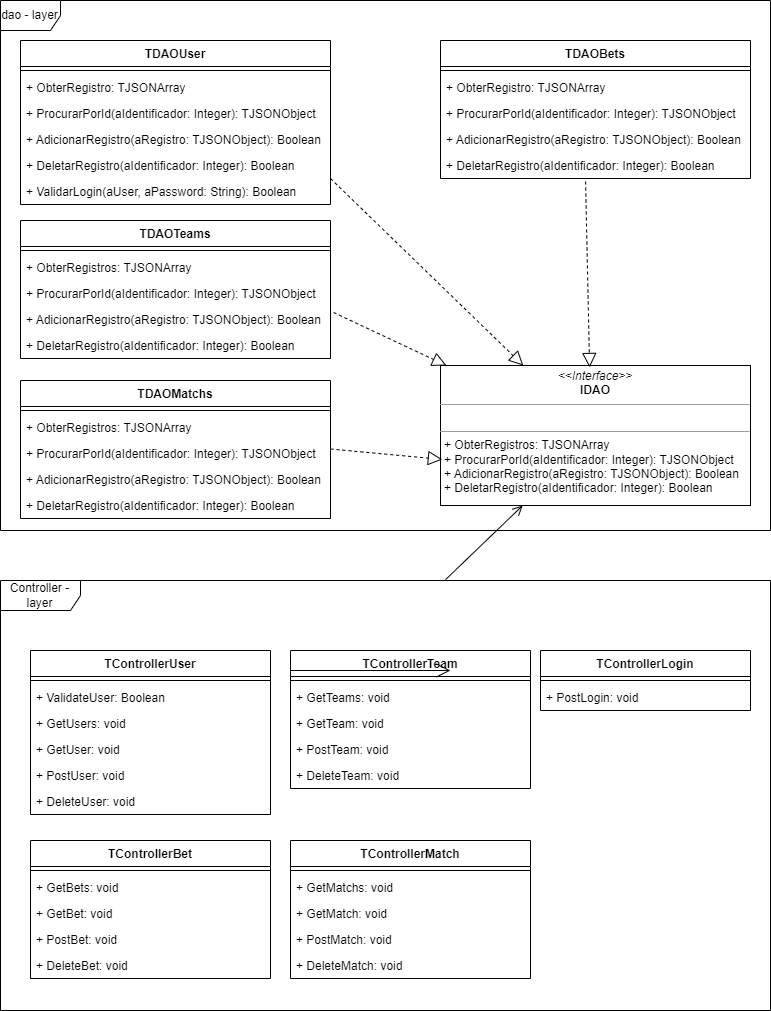
Before: 11 - Projeto/3 - Arquitetura do Projeto/Diagrama_Classes_BackEnd.png, a diagram exported from draw.io (NathanBnu/Delphi2Blu2022). Source tidied: cells renumbered, new cells last; positions are measured from the earlier drawing's top-left corner, leaving out a move shared by most shapes.
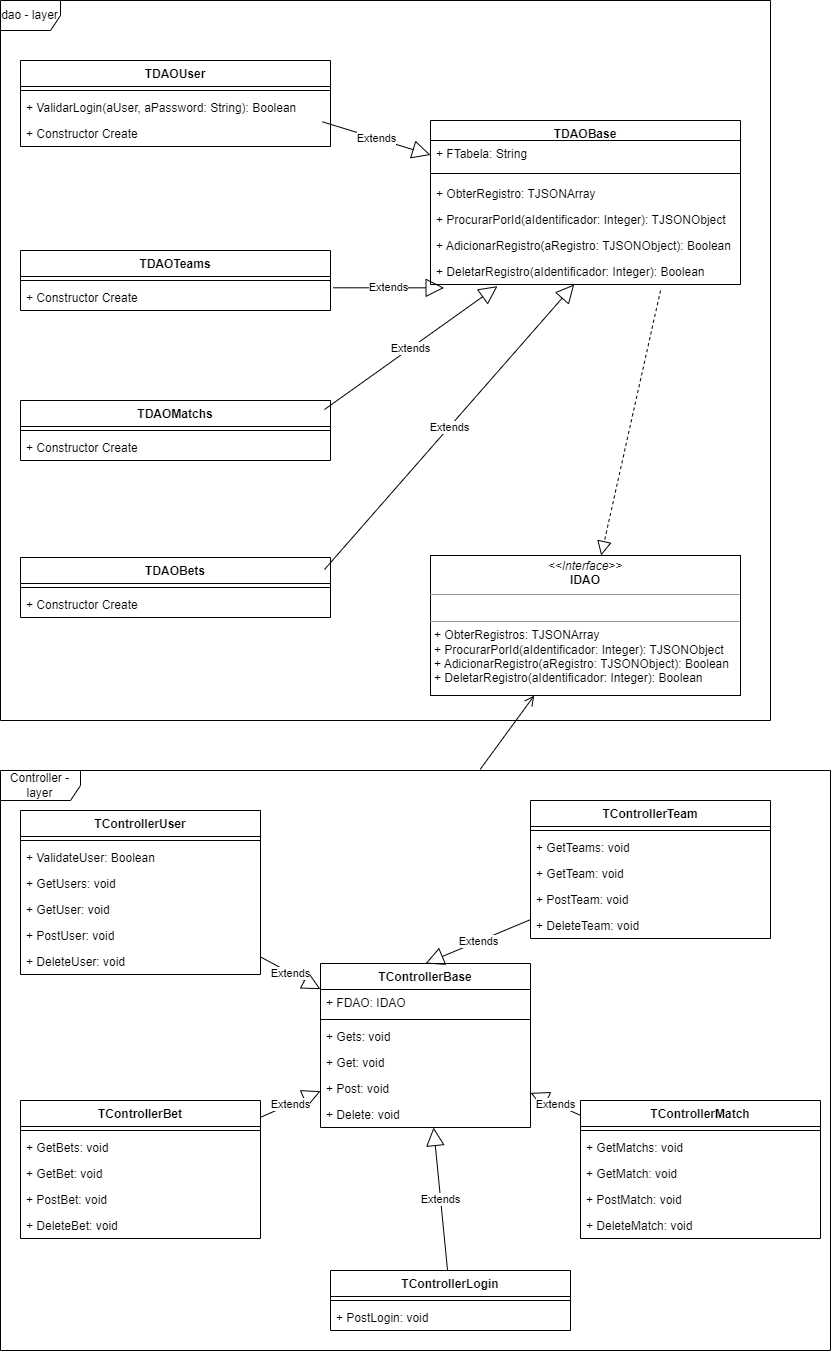
Later version of the same file.

Commit message:
Refatorando a arquitetura do projeto para usar menos código repetido.

The edit, as a diff of the source:
```diff
@@ -5,6 +5,6 @@
     <mxCell id="2" value="dao - layer" style="shape=umlFrame;whiteSpace=wrap;html=1;" parent="1" vertex="1">
-      <mxGeometry width="770" height="530" as="geometry" />
+      <mxGeometry y="-190" width="770" height="720" as="geometry" />
     </mxCell>
     <mxCell id="3" value="TDAOUser" style="swimlane;fontStyle=1;align=center;verticalAlign=top;horizontal=1;startSize=26;" parent="1" vertex="1">
-      <mxGeometry x="20" y="40" width="310" height="164" as="geometry" />
+      <mxGeometry x="20" y="-130" width="310" height="86" as="geometry" />
     </mxCell>
@@ -13,19 +13,10 @@
     </mxCell>
-    <mxCell id="5" value="+ ObterRegistro: TJSONArray" style="text;strokeColor=none;fillColor=none;align=left;verticalAlign=top;spacingLeft=4;spacingRight=4;overflow=hidden;" parent="3" vertex="1">
-      <mxGeometry y="34" width="310" height="26" as="geometry" />
-    </mxCell>
-    <mxCell id="6" value="+ ProcurarPorId(aIdentificador: Integer): TJSONObject" style="text;strokeColor=none;fillColor=none;align=left;verticalAlign=top;spacingLeft=4;spacingRight=4;overflow=hidden;" parent="3" vertex="1">
-      <mxGeometry y="60" width="310" height="26" as="geometry" />
-    </mxCell>
-    <mxCell id="7" value="+ AdicionarRegistro(aRegistro: TJSONObject): Boolean&#10;" style="text;strokeColor=none;fillColor=none;align=left;verticalAlign=top;spacingLeft=4;spacingRight=4;overflow=hidden;" parent="3" vertex="1">
-      <mxGeometry y="86" width="310" height="26" as="geometry" />
-    </mxCell>
-    <mxCell id="8" value="+ DeletarRegistro(aIdentificador: Integer): Boolean" style="text;strokeColor=none;fillColor=none;align=left;verticalAlign=top;spacingLeft=4;spacingRight=4;overflow=hidden;" parent="3" vertex="1">
-      <mxGeometry y="112" width="310" height="26" as="geometry" />
-    </mxCell>
     <mxCell id="9" value="+ ValidarLogin(aUser, aPassword: String): Boolean" style="text;strokeColor=none;fillColor=none;align=left;verticalAlign=top;spacingLeft=4;spacingRight=4;overflow=hidden;points=[[0,0.5],[1,0.5]];portConstraint=eastwest;" parent="3" vertex="1">
-      <mxGeometry y="138" width="310" height="26" as="geometry" />
+      <mxGeometry y="34" width="310" height="26" as="geometry" />
     </mxCell>
+    <mxCell id="64" value="+ Constructor Create" style="text;strokeColor=none;fillColor=none;align=left;verticalAlign=top;spacingLeft=4;spacingRight=4;overflow=hidden;" parent="3" vertex="1">
+      <mxGeometry y="60" width="310" height="26" as="geometry" />
+    </mxCell>
     <mxCell id="10" value="TDAOTeams&#10;" style="swimlane;fontStyle=1;align=center;verticalAlign=top;horizontal=1;startSize=26;" parent="1" vertex="1">
-      <mxGeometry x="20" y="220" width="310" height="138" as="geometry" />
+      <mxGeometry x="20" y="60" width="310" height="60" as="geometry" />
     </mxCell>
@@ -34,16 +25,7 @@
     </mxCell>
-    <mxCell id="12" value="+ ObterRegistros: TJSONArray" style="text;strokeColor=none;fillColor=none;align=left;verticalAlign=top;spacingLeft=4;spacingRight=4;overflow=hidden;" parent="10" vertex="1">
-      <mxGeometry y="34" width="310" height="26" as="geometry" />
-    </mxCell>
-    <mxCell id="13" value="+ ProcurarPorId(aIdentificador: Integer): TJSONObject" style="text;strokeColor=none;fillColor=none;align=left;verticalAlign=top;spacingLeft=4;spacingRight=4;overflow=hidden;" parent="10" vertex="1">
-      <mxGeometry y="60" width="310" height="26" as="geometry" />
-    </mxCell>
-    <mxCell id="14" value="+ AdicionarRegistro(aRegistro: TJSONObject): Boolean&#10;" style="text;strokeColor=none;fillColor=none;align=left;verticalAlign=top;spacingLeft=4;spacingRight=4;overflow=hidden;points=[[0,0.5],[1,0.5]];portConstraint=eastwest;" parent="10" vertex="1">
-      <mxGeometry y="86" width="310" height="26" as="geometry" />
-    </mxCell>
-    <mxCell id="15" value="+ DeletarRegistro(aIdentificador: Integer): Boolean" style="text;strokeColor=none;fillColor=none;align=left;verticalAlign=top;spacingLeft=4;spacingRight=4;overflow=hidden;" parent="10" vertex="1">
-      <mxGeometry y="112" width="310" height="26" as="geometry" />
-    </mxCell>
+    <mxCell id="65" value="+ Constructor Create" style="text;strokeColor=none;fillColor=none;align=left;verticalAlign=top;spacingLeft=4;spacingRight=4;overflow=hidden;points=[[0,0.5],[1,0.5]];portConstraint=eastwest;" parent="10" vertex="1">
+      <mxGeometry y="34" width="310" height="26" as="geometry" />
+    </mxCell>
     <mxCell id="16" value="TDAOMatchs&#10;" style="swimlane;fontStyle=1;align=center;verticalAlign=top;horizontal=1;startSize=26;" parent="1" vertex="1">
-      <mxGeometry x="20" y="380" width="310" height="138" as="geometry" />
+      <mxGeometry x="20" y="210" width="310" height="60" as="geometry" />
     </mxCell>
@@ -52,16 +34,7 @@
     </mxCell>
-    <mxCell id="18" value="+ ObterRegistros: TJSONArray" style="text;strokeColor=none;fillColor=none;align=left;verticalAlign=top;spacingLeft=4;spacingRight=4;overflow=hidden;" parent="16" vertex="1">
-      <mxGeometry y="34" width="310" height="26" as="geometry" />
-    </mxCell>
-    <mxCell id="19" value="+ ProcurarPorId(aIdentificador: Integer): TJSONObject" style="text;strokeColor=none;fillColor=none;align=left;verticalAlign=top;spacingLeft=4;spacingRight=4;overflow=hidden;" parent="16" vertex="1">
-      <mxGeometry y="60" width="310" height="26" as="geometry" />
-    </mxCell>
-    <mxCell id="20" value="+ AdicionarRegistro(aRegistro: TJSONObject): Boolean&#10;" style="text;strokeColor=none;fillColor=none;align=left;verticalAlign=top;spacingLeft=4;spacingRight=4;overflow=hidden;" parent="16" vertex="1">
-      <mxGeometry y="86" width="310" height="26" as="geometry" />
-    </mxCell>
-    <mxCell id="21" value="+ DeletarRegistro(aIdentificador: Integer): Boolean" style="text;strokeColor=none;fillColor=none;align=left;verticalAlign=top;spacingLeft=4;spacingRight=4;overflow=hidden;" parent="16" vertex="1">
-      <mxGeometry y="112" width="310" height="26" as="geometry" />
-    </mxCell>
+    <mxCell id="66" value="+ Constructor Create" style="text;strokeColor=none;fillColor=none;align=left;verticalAlign=top;spacingLeft=4;spacingRight=4;overflow=hidden;" parent="16" vertex="1">
+      <mxGeometry y="34" width="310" height="26" as="geometry" />
+    </mxCell>
     <mxCell id="22" value="TDAOBets" style="swimlane;fontStyle=1;align=center;verticalAlign=top;horizontal=1;startSize=26;" parent="1" vertex="1">
-      <mxGeometry x="440" y="40" width="310" height="138" as="geometry" />
+      <mxGeometry x="20" y="367" width="310" height="60" as="geometry" />
     </mxCell>
@@ -70,38 +43,13 @@
     </mxCell>
-    <mxCell id="24" value="+ ObterRegistro: TJSONArray" style="text;strokeColor=none;fillColor=none;align=left;verticalAlign=top;spacingLeft=4;spacingRight=4;overflow=hidden;" parent="22" vertex="1">
-      <mxGeometry y="34" width="310" height="26" as="geometry" />
-    </mxCell>
-    <mxCell id="25" value="+ ProcurarPorId(aIdentificador: Integer): TJSONObject" style="text;strokeColor=none;fillColor=none;align=left;verticalAlign=top;spacingLeft=4;spacingRight=4;overflow=hidden;" parent="22" vertex="1">
-      <mxGeometry y="60" width="310" height="26" as="geometry" />
-    </mxCell>
-    <mxCell id="26" value="+ AdicionarRegistro(aRegistro: TJSONObject): Boolean&#10;" style="text;strokeColor=none;fillColor=none;align=left;verticalAlign=top;spacingLeft=4;spacingRight=4;overflow=hidden;" parent="22" vertex="1">
-      <mxGeometry y="86" width="310" height="26" as="geometry" />
-    </mxCell>
-    <mxCell id="27" value="+ DeletarRegistro(aIdentificador: Integer): Boolean" style="text;strokeColor=none;fillColor=none;align=left;verticalAlign=top;spacingLeft=4;spacingRight=4;overflow=hidden;points=[[0,0.5],[1,0.5]];portConstraint=eastwest;" parent="22" vertex="1">
-      <mxGeometry y="112" width="310" height="26" as="geometry" />
-    </mxCell>
+    <mxCell id="67" value="+ Constructor Create" style="text;strokeColor=none;fillColor=none;align=left;verticalAlign=top;spacingLeft=4;spacingRight=4;overflow=hidden;" parent="22" vertex="1">
+      <mxGeometry y="34" width="310" height="26" as="geometry" />
+    </mxCell>
     <mxCell id="28" value="&lt;p style=&quot;margin:0px;margin-top:4px;text-align:center;&quot;&gt;&lt;i&gt;&amp;lt;&amp;lt;Interface&amp;gt;&amp;gt;&lt;/i&gt;&lt;br&gt;&lt;b&gt;IDAO&lt;/b&gt;&lt;/p&gt;&lt;hr size=&quot;1&quot;&gt;&lt;p style=&quot;margin:0px;margin-left:4px;&quot;&gt;&lt;br&gt;&lt;/p&gt;&lt;hr size=&quot;1&quot;&gt;&lt;p style=&quot;margin:0px;margin-left:4px;&quot;&gt;+ ObterRegistros: TJSONArray&lt;/p&gt;&lt;p style=&quot;margin:0px;margin-left:4px;&quot;&gt;+ ProcurarPorId(aIdentificador: Integer): TJSONObject&lt;/p&gt;&lt;p style=&quot;margin:0px;margin-left:4px;&quot;&gt;+ AdicionarRegistro(aRegistro: TJSONObject): Boolean&lt;/p&gt;&lt;p style=&quot;margin:0px;margin-left:4px;&quot;&gt;+ DeletarRegistro(aIdentificador: Integer): Boolean&lt;/p&gt;" style="verticalAlign=top;align=left;overflow=fill;fontSize=12;fontFamily=Helvetica;html=1;" parent="1" vertex="1">
-      <mxGeometry x="440" y="365" width="310" height="140" as="geometry" />
+      <mxGeometry x="430" y="365" width="310" height="140" as="geometry" />
     </mxCell>
-    <mxCell id="29" style="endArrow=block;dashed=1;endFill=0;endSize=12;html=1;rounded=0;" parent="1" edge="1" target="28">
-      <mxGeometry relative="1" as="geometry">
-        <mxPoint x="330" y="178" as="sourcePoint" />
-      </mxGeometry>
-    </mxCell>
-    <mxCell id="30" style="endArrow=block;dashed=1;endFill=0;endSize=12;html=1;rounded=0;exitX=1.01;exitY=0.231;exitDx=0;exitDy=0;exitPerimeter=0;" parent="1" edge="1" source="14" target="28">
-      <mxGeometry relative="1" as="geometry" />
-    </mxCell>
-    <mxCell id="31" style="endArrow=block;dashed=1;endFill=0;endSize=12;html=1;rounded=0;exitX=0.468;exitY=1.115;exitDx=0;exitDy=0;exitPerimeter=0;entryX=0.481;entryY=0.014;entryDx=0;entryDy=0;entryPerimeter=0;" parent="1" edge="1" source="27" target="28">
-      <mxGeometry relative="1" as="geometry" />
-    </mxCell>
-    <mxCell id="32" style="endArrow=block;dashed=1;endFill=0;endSize=12;html=1;rounded=0;entryX=0.006;entryY=0.671;entryDx=0;entryDy=0;entryPerimeter=0;" parent="1" edge="1" target="28">
-      <mxGeometry relative="1" as="geometry">
-        <mxPoint x="330" y="448.5" as="sourcePoint" />
-      </mxGeometry>
-    </mxCell>
     <mxCell id="33" value="Controller - layer" style="shape=umlFrame;whiteSpace=wrap;html=1;width=80;height=30;" parent="1" vertex="1">
-      <mxGeometry y="580" width="770" height="430" as="geometry" />
+      <mxGeometry y="580" width="830" height="580" as="geometry" />
     </mxCell>
     <mxCell id="34" value="TControllerUser&#10;" style="swimlane;fontStyle=1;align=center;verticalAlign=top;horizontal=1;startSize=26;" parent="1" vertex="1">
-      <mxGeometry x="30" y="650" width="240" height="164" as="geometry" />
+      <mxGeometry x="20" y="620" width="240" height="164" as="geometry" />
     </mxCell>
@@ -126,3 +74,3 @@
     <mxCell id="41" value="TControllerTeam" style="swimlane;fontStyle=1;align=center;verticalAlign=top;horizontal=1;startSize=26;" parent="1" vertex="1">
-      <mxGeometry x="290" y="650" width="240" height="138" as="geometry" />
+      <mxGeometry x="530" y="610" width="240" height="138" as="geometry" />
     </mxCell>
@@ -144,3 +92,3 @@
     <mxCell id="47" value="TControllerBet&#10;" style="swimlane;fontStyle=1;align=center;verticalAlign=top;horizontal=1;startSize=26;" parent="1" vertex="1">
-      <mxGeometry x="30" y="840" width="240" height="138" as="geometry" />
+      <mxGeometry x="20" y="910" width="240" height="138" as="geometry" />
     </mxCell>
@@ -162,3 +110,3 @@
     <mxCell id="53" value="TControllerMatch&#10;" style="swimlane;fontStyle=1;align=center;verticalAlign=top;horizontal=1;startSize=26;" parent="1" vertex="1">
-      <mxGeometry x="290" y="840" width="240" height="138" as="geometry" />
+      <mxGeometry x="580" y="910" width="240" height="138" as="geometry" />
     </mxCell>
@@ -179,17 +127,23 @@
     </mxCell>
-    <mxCell id="59" value="TControllerLogin" style="swimlane;fontStyle=1;align=center;verticalAlign=top;horizontal=1;startSize=26;" parent="1" vertex="1">
-      <mxGeometry x="540" y="650" width="210" height="60" as="geometry" />
+    <mxCell id="59" value="TControllerBase" style="swimlane;fontStyle=1;align=center;verticalAlign=top;horizontal=1;startSize=26;" parent="1" vertex="1">
+      <mxGeometry x="320" y="773" width="210" height="164" as="geometry" />
     </mxCell>
+    <mxCell id="61" value="+ FDAO: IDAO" style="text;strokeColor=none;fillColor=none;align=left;verticalAlign=top;spacingLeft=4;spacingRight=4;overflow=hidden;" parent="59" vertex="1">
+      <mxGeometry y="26" width="210" height="26" as="geometry" />
+    </mxCell>
     <mxCell id="60" style="line;strokeWidth=1;fillColor=none;align=left;verticalAlign=middle;spacingTop=-1;spacingLeft=3;spacingRight=3;labelPosition=right;strokeColor=inherit;" parent="59" vertex="1">
-      <mxGeometry y="26" width="210" height="8" as="geometry" />
+      <mxGeometry y="52" width="210" height="8" as="geometry" />
     </mxCell>
-    <mxCell id="61" value="+ PostLogin: void" style="text;strokeColor=none;fillColor=none;align=left;verticalAlign=top;spacingLeft=4;spacingRight=4;overflow=hidden;" parent="59" vertex="1">
-      <mxGeometry y="34" width="210" height="26" as="geometry" />
-    </mxCell>
-    <mxCell id="62" style="endArrow=open;endFill=1;endSize=12;html=1;rounded=0;" parent="1" edge="1">
-      <mxGeometry relative="1" as="geometry">
-        <mxPoint x="290" y="670" as="sourcePoint" />
-        <mxPoint x="450" y="670" as="targetPoint" />
-      </mxGeometry>
-    </mxCell>
+    <mxCell id="68" value="+ Gets: void&#10;" style="text;strokeColor=none;fillColor=none;align=left;verticalAlign=top;spacingLeft=4;spacingRight=4;overflow=hidden;" parent="59" vertex="1">
+      <mxGeometry y="60" width="210" height="26" as="geometry" />
+    </mxCell>
+    <mxCell id="69" value="+ Get: void&#10;" style="text;strokeColor=none;fillColor=none;align=left;verticalAlign=top;spacingLeft=4;spacingRight=4;overflow=hidden;" parent="59" vertex="1">
+      <mxGeometry y="86" width="210" height="26" as="geometry" />
+    </mxCell>
+    <mxCell id="70" value="+ Post: void&#10;" style="text;strokeColor=none;fillColor=none;align=left;verticalAlign=top;spacingLeft=4;spacingRight=4;overflow=hidden;" parent="59" vertex="1">
+      <mxGeometry y="112" width="210" height="26" as="geometry" />
+    </mxCell>
+    <mxCell id="71" value="+ Delete: void&#10;" style="text;strokeColor=none;fillColor=none;align=left;verticalAlign=top;spacingLeft=4;spacingRight=4;overflow=hidden;" parent="59" vertex="1">
+      <mxGeometry y="138" width="210" height="26" as="geometry" />
+    </mxCell>
     <mxCell id="63" style="endArrow=open;startArrow=none;endFill=0;startFill=0;endSize=8;html=1;verticalAlign=bottom;labelBackgroundColor=none;strokeWidth=1;rounded=0;exitX=0.578;exitY=-0.002;exitDx=0;exitDy=0;exitPerimeter=0;" parent="1" edge="1" source="33" target="28">
@@ -197,2 +151,66 @@
     </mxCell>
+    <mxCell id="72" value="TDAOBase" style="swimlane;fontStyle=1;align=center;verticalAlign=top;horizontal=1;startSize=20;" parent="1" vertex="1">
+      <mxGeometry x="430" y="-70" width="310" height="164" as="geometry" />
+    </mxCell>
+    <mxCell id="73" value="+ FTabela: String" style="text;strokeColor=none;fillColor=none;align=left;verticalAlign=top;spacingLeft=4;spacingRight=4;overflow=hidden;" parent="72" vertex="1">
+      <mxGeometry y="20" width="310" height="26" as="geometry" />
+    </mxCell>
+    <mxCell id="74" style="line;strokeWidth=1;fillColor=none;align=left;verticalAlign=middle;spacingTop=-1;spacingLeft=3;spacingRight=3;labelPosition=right;strokeColor=inherit;" parent="72" vertex="1">
+      <mxGeometry y="46" width="310" height="14" as="geometry" />
+    </mxCell>
+    <mxCell id="75" value="+ ObterRegistro: TJSONArray" style="text;strokeColor=none;fillColor=none;align=left;verticalAlign=top;spacingLeft=4;spacingRight=4;overflow=hidden;" parent="72" vertex="1">
+      <mxGeometry y="60" width="310" height="26" as="geometry" />
+    </mxCell>
+    <mxCell id="76" value="+ ProcurarPorId(aIdentificador: Integer): TJSONObject" style="text;strokeColor=none;fillColor=none;align=left;verticalAlign=top;spacingLeft=4;spacingRight=4;overflow=hidden;" parent="72" vertex="1">
+      <mxGeometry y="86" width="310" height="26" as="geometry" />
+    </mxCell>
+    <mxCell id="77" value="+ AdicionarRegistro(aRegistro: TJSONObject): Boolean&#10;" style="text;strokeColor=none;fillColor=none;align=left;verticalAlign=top;spacingLeft=4;spacingRight=4;overflow=hidden;" parent="72" vertex="1">
+      <mxGeometry y="112" width="310" height="26" as="geometry" />
+    </mxCell>
+    <mxCell id="78" value="+ DeletarRegistro(aIdentificador: Integer): Boolean" style="text;strokeColor=none;fillColor=none;align=left;verticalAlign=top;spacingLeft=4;spacingRight=4;overflow=hidden;points=[[0,0.5],[1,0.5]];portConstraint=eastwest;" parent="72" vertex="1">
+      <mxGeometry y="138" width="310" height="26" as="geometry" />
+    </mxCell>
+    <mxCell id="79" value="Extends" style="endArrow=block;endSize=16;endFill=0;html=1;rounded=0;exitX=0.974;exitY=1.051;exitDx=0;exitDy=0;exitPerimeter=0;" parent="1" edge="1" source="9" target="72">
+      <mxGeometry relative="1" as="geometry" />
+    </mxCell>
+    <mxCell id="80" value="Extends" style="endArrow=block;endSize=16;endFill=0;html=1;rounded=0;exitX=1.008;exitY=0.127;exitDx=0;exitDy=0;exitPerimeter=0;entryX=0.044;entryY=1.128;entryDx=0;entryDy=0;entryPerimeter=0;" parent="1" edge="1" source="65" target="78">
+      <mxGeometry relative="1" as="geometry" />
+    </mxCell>
+    <mxCell id="81" value="Extends" style="endArrow=block;endSize=16;endFill=0;html=1;rounded=0;exitX=0.974;exitY=1.051;exitDx=0;exitDy=0;exitPerimeter=0;entryX=0.216;entryY=1.064;entryDx=0;entryDy=0;entryPerimeter=0;" parent="1" edge="1" target="78">
+      <mxGeometry relative="1" as="geometry">
+        <mxPoint x="324" y="219" as="sourcePoint" />
+      </mxGeometry>
+    </mxCell>
+    <mxCell id="82" value="Extends" style="endArrow=block;endSize=16;endFill=0;html=1;rounded=0;exitX=0.974;exitY=1.051;exitDx=0;exitDy=0;exitPerimeter=0;" parent="1" edge="1" target="78">
+      <mxGeometry relative="1" as="geometry">
+        <mxPoint x="324" y="379" as="sourcePoint" />
+      </mxGeometry>
+    </mxCell>
+    <mxCell id="83" style="endArrow=block;dashed=1;endFill=0;endSize=12;html=1;rounded=0;exitX=0.742;exitY=1.231;exitDx=0;exitDy=0;exitPerimeter=0;" parent="1" edge="1" source="78" target="28">
+      <mxGeometry relative="1" as="geometry" />
+    </mxCell>
+    <mxCell id="84" value="TControllerLogin&#10;" style="swimlane;fontStyle=1;align=center;verticalAlign=top;horizontal=1;startSize=26;" parent="1" vertex="1">
+      <mxGeometry x="330" y="1080" width="240" height="60" as="geometry" />
+    </mxCell>
+    <mxCell id="85" style="line;strokeWidth=1;fillColor=none;align=left;verticalAlign=middle;spacingTop=-1;spacingLeft=3;spacingRight=3;labelPosition=right;strokeColor=inherit;" parent="84" vertex="1">
+      <mxGeometry y="26" width="240" height="8" as="geometry" />
+    </mxCell>
+    <mxCell id="86" value="+ PostLogin: void&#10;" style="text;strokeColor=none;fillColor=none;align=left;verticalAlign=top;spacingLeft=4;spacingRight=4;overflow=hidden;" parent="84" vertex="1">
+      <mxGeometry y="34" width="240" height="26" as="geometry" />
+    </mxCell>
+    <mxCell id="87" value="Extends" style="endArrow=block;endSize=16;endFill=0;html=1;rounded=0;" parent="1" edge="1" source="47" target="59">
+      <mxGeometry relative="1" as="geometry" />
+    </mxCell>
+    <mxCell id="88" value="Extends" style="endArrow=block;endSize=16;endFill=0;html=1;rounded=0;" parent="1" edge="1" source="84" target="59">
+      <mxGeometry relative="1" as="geometry" />
+    </mxCell>
+    <mxCell id="89" value="Extends" style="endArrow=block;endSize=16;endFill=0;html=1;rounded=0;" parent="1" edge="1" source="53" target="59">
+      <mxGeometry relative="1" as="geometry" />
+    </mxCell>
+    <mxCell id="90" value="Extends" style="endArrow=block;endSize=16;endFill=0;html=1;rounded=0;" parent="1" edge="1" source="34" target="59">
+      <mxGeometry relative="1" as="geometry" />
+    </mxCell>
+    <mxCell id="91" value="Extends" style="endArrow=block;endSize=16;endFill=0;html=1;rounded=0;entryX=0.5;entryY=0;entryDx=0;entryDy=0;" parent="1" edge="1" source="41" target="59">
+      <mxGeometry relative="1" as="geometry" />
+    </mxCell>
   </root>
```
